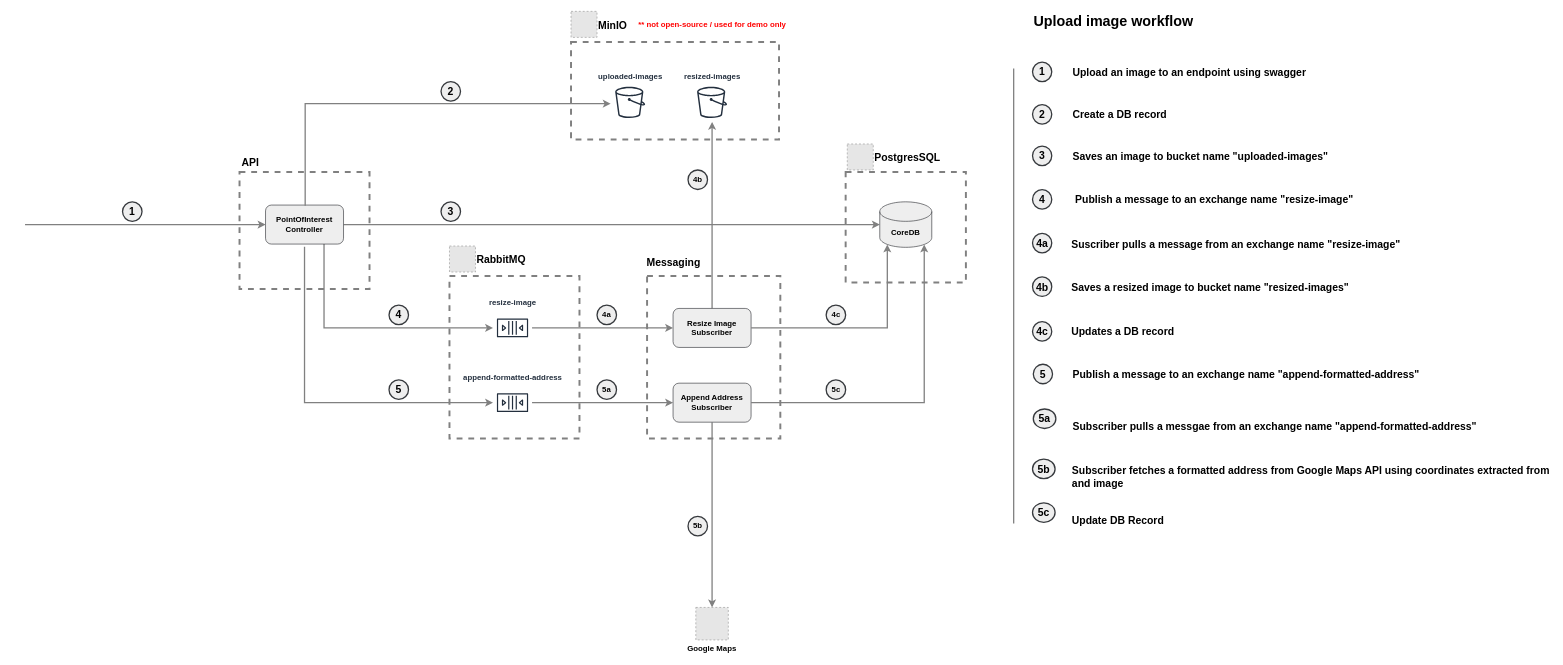
The draw.io diagram page "0-Uploading an image" (1 of 9) of drawio/architecture.drawio in k8sforum/intro-to-k8s, before the edit. Source tidied: cells renumbered, new cells numbered last; positions are measured from the earlier drawing's top-left corner, leaving out a move shared by most shapes. Both pictures are drawn from the tidied source at 65%, with x=0, y=0 at pixel (25, 11). Pictures stored in the file or linked from it are replaced by grey dashed boxes.
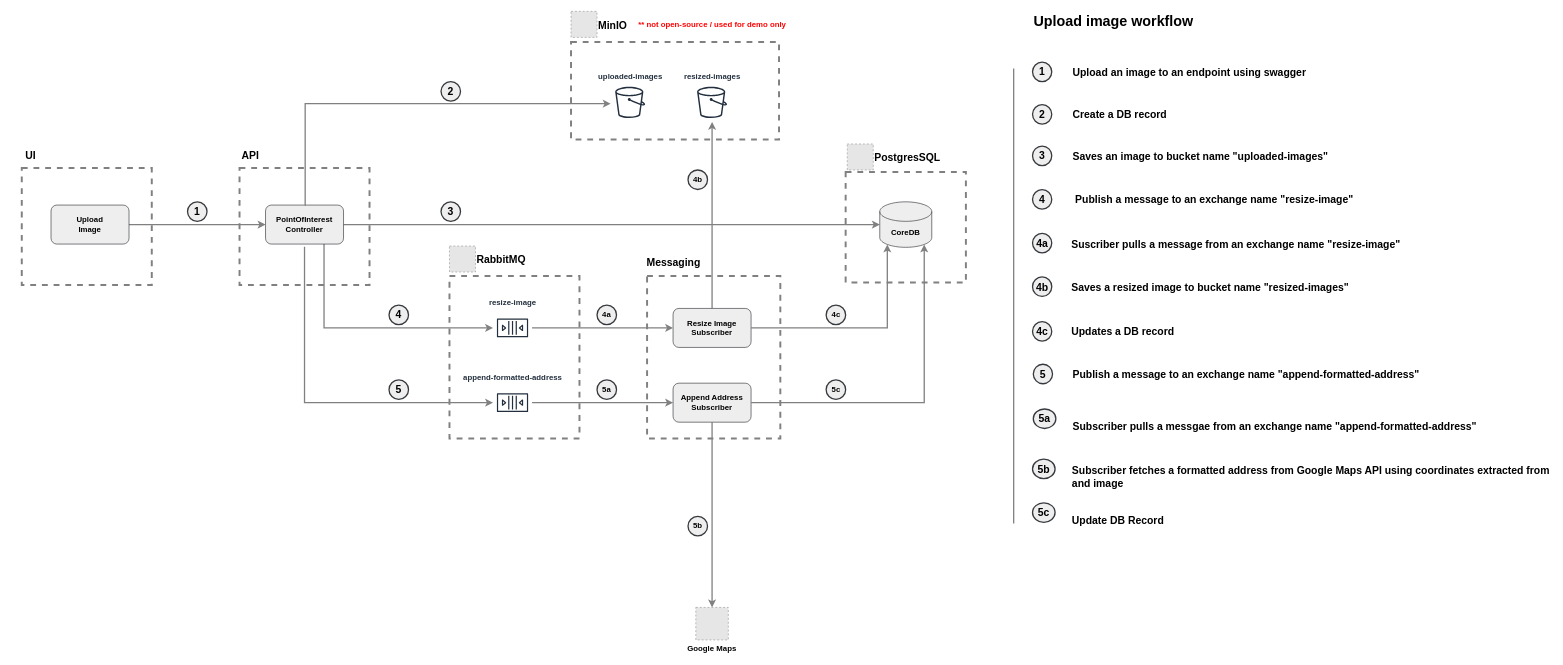
The same diagram, later.

Unchanged cells that the change refers to:
```xml
<mxCell id="9" value="&lt;b&gt;PointOfInterest&lt;/b&gt;&lt;div&gt;&lt;b&gt;Controller&lt;/b&gt;&lt;/div&gt;" style="rounded=1;whiteSpace=wrap;html=1;strokeWidth=1;fillColor=#eeeeee;strokeColor=#36393d;" parent="1" vertex="1">
  <mxGeometry x="370" y="298" width="120" height="60" as="geometry" />
</mxCell>
```

The edit, as a diff of the source:
```diff
@@
+    <mxCell id="80" style="rounded=0;whiteSpace=wrap;html=1;strokeWidth=3;dashed=1;strokeColor=#808080;" parent="1" vertex="1">
+      <mxGeometry x="-5" y="241" width="200" height="180" as="geometry" />
+    </mxCell>
     <mxCell id="2" style="rounded=0;whiteSpace=wrap;html=1;strokeWidth=3;dashed=1;strokeColor=#808080;" parent="1" vertex="1">
-      <mxGeometry x="330" y="247" width="200" height="180" as="geometry" />
+      <mxGeometry x="330" y="241" width="200" height="180" as="geometry" />
     </mxCell>
@@
-    <mxCell id="12" style="endArrow=classic;html=1;rounded=0;entryX=0;entryY=0.5;entryDx=0;entryDy=0;strokeWidth=2;strokeColor=#808080;" parent="1" edge="1" target="9">
-      <mxGeometry relative="1" as="geometry">
-        <mxPoint y="328" as="sourcePoint" />
-      </mxGeometry>
+    <mxCell id="12" style="endArrow=classic;html=1;rounded=0;entryX=0;entryY=0.5;entryDx=0;entryDy=0;strokeWidth=2;strokeColor=#808080;exitX=1;exitY=0.5;exitDx=0;exitDy=0;" parent="1" edge="1" source="81" target="9">
+      <mxGeometry relative="1" as="geometry" />
     </mxCell>
@@
     <mxCell id="30" value="&lt;b&gt;&lt;font style=&quot;font-size: 16px;&quot;&gt;API&lt;/font&gt;&lt;/b&gt;" style="text;html=1;whiteSpace=wrap;strokeColor=none;fillColor=none;align=center;verticalAlign=middle;rounded=0;" parent="1" vertex="1">
-      <mxGeometry x="317" y="217" width="60" height="30" as="geometry" />
+      <mxGeometry x="317" y="207" width="60" height="30" as="geometry" />
     </mxCell>
@@
     <mxCell id="33" value="&lt;b&gt;&lt;font style=&quot;font-size: 16px;&quot;&gt;1&lt;/font&gt;&lt;/b&gt;" style="ellipse;whiteSpace=wrap;html=1;fillColor=#eeeeee;strokeColor=#36393d;strokeWidth=2;" parent="1" vertex="1">
-      <mxGeometry x="150" y="293" width="30" height="30" as="geometry" />
+      <mxGeometry x="250" y="293" width="30" height="30" as="geometry" />
     </mxCell>
@@
+    <mxCell id="81" value="&lt;b&gt;Upload&lt;br&gt;Image&lt;/b&gt;" style="rounded=1;whiteSpace=wrap;html=1;strokeWidth=1;fillColor=#eeeeee;strokeColor=#36393d;" parent="1" vertex="1">
+      <mxGeometry x="40" y="298" width="120" height="60" as="geometry" />
+    </mxCell>
+    <mxCell id="82" value="&lt;b&gt;&lt;font style=&quot;font-size: 16px;&quot;&gt;UI&lt;/font&gt;&lt;/b&gt;" style="text;html=1;whiteSpace=wrap;strokeColor=none;fillColor=none;align=center;verticalAlign=middle;rounded=0;" parent="1" vertex="1">
+      <mxGeometry x="-21" y="207" width="60" height="30" as="geometry" />
+    </mxCell>
```
